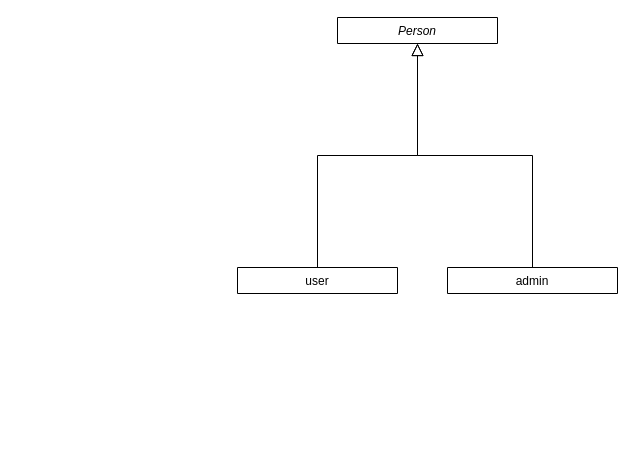
Earlier version of the draw.io diagram conception/Untitled Diagram.drawio (AZdevloper/PHP_quizizz). Source tidied: cells renumbered, new cells numbered last; positions are measured from the earlier drawing's top-left corner, leaving out a move shared by most shapes. Both pictures are drawn from the tidied source at 100%, with x=0, y=0 at pixel (237, 17).
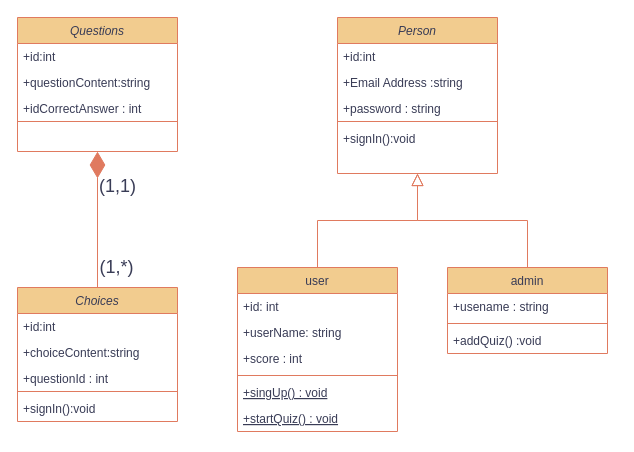
The same diagram, later.

Commit message:
added question & choices

Diff of the diagram source:
```diff
@@
-    <mxCell id="2" value="Person" style="swimlane;fontStyle=2;align=center;verticalAlign=top;horizontal=1;startSize=26;rounded=0;shadow=0;strokeWidth=1;" parent="1" vertex="1" collapsed="1">
-      <mxGeometry x="100" width="160" height="26" as="geometry" />
+    <mxCell id="2" value="Person" style="swimlane;fontStyle=2;align=center;verticalAlign=top;horizontal=1;startSize=26;rounded=0;shadow=0;strokeWidth=1;labelBackgroundColor=none;fillColor=#F2CC8F;strokeColor=#E07A5F;fontColor=#393C56;" parent="1" vertex="1">
+      <mxGeometry x="100" width="160" height="156" as="geometry" />
     </mxCell>
+    <mxCell id="7" value="+id:int" style="text;align=left;verticalAlign=top;spacingLeft=4;spacingRight=4;overflow=hidden;rounded=0;shadow=0;html=0;labelBackgroundColor=none;fontColor=#393C56;" parent="2" vertex="1">
+      <mxGeometry y="26" width="160" height="26" as="geometry" />
+    </mxCell>
+    <mxCell id="8" value="+Email Address :string" style="text;align=left;verticalAlign=top;spacingLeft=4;spacingRight=4;overflow=hidden;rounded=0;shadow=0;html=0;labelBackgroundColor=none;fontColor=#393C56;" parent="2" vertex="1">
+      <mxGeometry y="52" width="160" height="26" as="geometry" />
+    </mxCell>
+    <mxCell id="9" value="+password : string" style="text;align=left;verticalAlign=top;spacingLeft=4;spacingRight=4;overflow=hidden;rounded=0;shadow=0;html=0;labelBackgroundColor=none;fontColor=#393C56;" parent="2" vertex="1">
+      <mxGeometry y="78" width="160" height="22" as="geometry" />
+    </mxCell>
+    <mxCell id="10" style="line;html=1;strokeWidth=1;align=left;verticalAlign=middle;spacingTop=-1;spacingLeft=3;spacingRight=3;labelPosition=right;labelBackgroundColor=none;fillColor=#F2CC8F;strokeColor=#E07A5F;fontColor=#393C56;" parent="2" vertex="1">
+      <mxGeometry y="100" width="160" height="8" as="geometry" />
+    </mxCell>
+    <mxCell id="11" value="+signIn():void" style="text;align=left;verticalAlign=top;spacingLeft=4;spacingRight=4;overflow=hidden;labelBackgroundColor=none;fontColor=#393C56;" parent="2" vertex="1">
+      <mxGeometry y="108" width="160" height="26" as="geometry" />
+    </mxCell>
-    <mxCell id="3" value="user" style="swimlane;fontStyle=0;align=center;verticalAlign=top;horizontal=1;startSize=26;rounded=0;shadow=0;strokeWidth=1;" parent="1" vertex="1" collapsed="1">
-      <mxGeometry y="250" width="160" height="26" as="geometry" />
+    <mxCell id="3" value="user" style="swimlane;fontStyle=0;align=center;verticalAlign=top;horizontal=1;startSize=26;rounded=0;shadow=0;strokeWidth=1;labelBackgroundColor=none;fillColor=#F2CC8F;strokeColor=#E07A5F;fontColor=#393C56;" parent="1" vertex="1">
+      <mxGeometry y="250" width="160" height="164" as="geometry" />
     </mxCell>
+    <mxCell id="12" value="+id: int" style="text;align=left;verticalAlign=top;spacingLeft=4;spacingRight=4;overflow=hidden;labelBackgroundColor=none;fontColor=#393C56;" parent="3" vertex="1">
+      <mxGeometry y="26" width="160" height="26" as="geometry" />
+    </mxCell>
+    <mxCell id="13" value="+userName: string" style="text;align=left;verticalAlign=top;spacingLeft=4;spacingRight=4;overflow=hidden;labelBackgroundColor=none;fontColor=#393C56;" parent="3" vertex="1">
+      <mxGeometry y="52" width="160" height="26" as="geometry" />
+    </mxCell>
+    <mxCell id="14" value="+score : int" style="text;align=left;verticalAlign=top;spacingLeft=4;spacingRight=4;overflow=hidden;rounded=0;shadow=0;html=0;labelBackgroundColor=none;fontColor=#393C56;" parent="3" vertex="1">
+      <mxGeometry y="78" width="160" height="26" as="geometry" />
+    </mxCell>
+    <mxCell id="15" style="line;html=1;strokeWidth=1;align=left;verticalAlign=middle;spacingTop=-1;spacingLeft=3;spacingRight=3;labelPosition=right;labelBackgroundColor=none;fillColor=#F2CC8F;strokeColor=#E07A5F;fontColor=#393C56;" parent="3" vertex="1">
+      <mxGeometry y="104" width="160" height="8" as="geometry" />
+    </mxCell>
+    <mxCell id="16" value="+singUp() : void" style="text;align=left;verticalAlign=top;spacingLeft=4;spacingRight=4;overflow=hidden;fontStyle=4;labelBackgroundColor=none;fontColor=#393C56;" parent="3" vertex="1">
+      <mxGeometry y="112" width="160" height="26" as="geometry" />
+    </mxCell>
+    <mxCell id="17" value="+startQuiz() : void" style="text;align=left;verticalAlign=top;spacingLeft=4;spacingRight=4;overflow=hidden;fontStyle=4;labelBackgroundColor=none;fontColor=#393C56;" parent="3" vertex="1">
+      <mxGeometry y="138" width="160" height="26" as="geometry" />
+    </mxCell>
-    <mxCell id="4" style="endArrow=block;endSize=10;endFill=0;shadow=0;strokeWidth=1;rounded=0;edgeStyle=elbowEdgeStyle;elbow=vertical;" parent="1" edge="1" source="3" target="2">
+    <mxCell id="4" style="endArrow=block;endSize=10;endFill=0;shadow=0;strokeWidth=1;rounded=0;edgeStyle=elbowEdgeStyle;elbow=vertical;labelBackgroundColor=none;strokeColor=#E07A5F;fontColor=default;" parent="1" edge="1" source="3" target="2">
       <mxGeometry relative="1" as="geometry" />
     </mxCell>
-    <mxCell id="5" value="admin" style="swimlane;fontStyle=0;align=center;verticalAlign=top;horizontal=1;startSize=26;rounded=0;shadow=0;strokeWidth=1;" parent="1" vertex="1" collapsed="1">
-      <mxGeometry x="210" y="250" width="170" height="26" as="geometry" />
+    <mxCell id="5" value="admin" style="swimlane;fontStyle=0;align=center;verticalAlign=top;horizontal=1;startSize=26;rounded=0;shadow=0;strokeWidth=1;labelBackgroundColor=none;fillColor=#F2CC8F;strokeColor=#E07A5F;fontColor=#393C56;" parent="1" vertex="1">
+      <mxGeometry x="210" y="250" width="160" height="86" as="geometry" />
     </mxCell>
+    <mxCell id="18" value="+usename : string" style="text;align=left;verticalAlign=top;spacingLeft=4;spacingRight=4;overflow=hidden;labelBackgroundColor=none;fontColor=#393C56;" parent="5" vertex="1">
+      <mxGeometry y="26" width="160" height="26" as="geometry" />
+    </mxCell>
+    <mxCell id="19" style="line;html=1;strokeWidth=1;align=left;verticalAlign=middle;spacingTop=-1;spacingLeft=3;spacingRight=3;labelPosition=right;labelBackgroundColor=none;fillColor=#F2CC8F;strokeColor=#E07A5F;fontColor=#393C56;" parent="5" vertex="1">
+      <mxGeometry y="52" width="160" height="8" as="geometry" />
+    </mxCell>
+    <mxCell id="20" value="+addQuiz() :void" style="text;align=left;verticalAlign=top;spacingLeft=4;spacingRight=4;overflow=hidden;labelBackgroundColor=none;fontColor=#393C56;" parent="5" vertex="1">
+      <mxGeometry y="60" width="160" height="26" as="geometry" />
+    </mxCell>
-    <mxCell id="6" style="endArrow=block;endSize=10;endFill=0;shadow=0;strokeWidth=1;rounded=0;edgeStyle=elbowEdgeStyle;elbow=vertical;" parent="1" edge="1" source="5" target="2">
+    <mxCell id="6" style="endArrow=block;endSize=10;endFill=0;shadow=0;strokeWidth=1;rounded=0;edgeStyle=elbowEdgeStyle;elbow=vertical;labelBackgroundColor=none;strokeColor=#E07A5F;fontColor=default;" parent="1" edge="1" source="5" target="2">
       <mxGeometry relative="1" as="geometry" />
     </mxCell>
+    <mxCell id="21" value="Questions" style="swimlane;fontStyle=2;align=center;verticalAlign=top;horizontal=1;startSize=26;rounded=0;shadow=0;strokeWidth=1;labelBackgroundColor=none;fillColor=#F2CC8F;strokeColor=#E07A5F;fontColor=#393C56;" parent="1" vertex="1">
+      <mxGeometry x="-220" width="160" height="134" as="geometry" />
+    </mxCell>
+    <mxCell id="22" value="+id:int" style="text;align=left;verticalAlign=top;spacingLeft=4;spacingRight=4;overflow=hidden;rounded=0;shadow=0;html=0;labelBackgroundColor=none;fontColor=#393C56;" parent="21" vertex="1">
+      <mxGeometry y="26" width="160" height="26" as="geometry" />
+    </mxCell>
+    <mxCell id="23" value="+questionContent:string" style="text;align=left;verticalAlign=top;spacingLeft=4;spacingRight=4;overflow=hidden;rounded=0;shadow=0;html=0;labelBackgroundColor=none;fontColor=#393C56;" parent="21" vertex="1">
+      <mxGeometry y="52" width="160" height="26" as="geometry" />
+    </mxCell>
+    <mxCell id="24" value="+idCorrectAnswer : int" style="text;align=left;verticalAlign=top;spacingLeft=4;spacingRight=4;overflow=hidden;rounded=0;shadow=0;html=0;labelBackgroundColor=none;fontColor=#393C56;" parent="21" vertex="1">
+      <mxGeometry y="78" width="160" height="22" as="geometry" />
+    </mxCell>
+    <mxCell id="25" style="line;html=1;strokeWidth=1;align=left;verticalAlign=middle;spacingTop=-1;spacingLeft=3;spacingRight=3;labelPosition=right;labelBackgroundColor=none;fillColor=#F2CC8F;strokeColor=#E07A5F;fontColor=#393C56;" parent="21" vertex="1">
+      <mxGeometry y="100" width="160" height="8" as="geometry" />
+    </mxCell>
+    <mxCell id="26" value="Choices" style="swimlane;fontStyle=2;align=center;verticalAlign=top;horizontal=1;startSize=26;rounded=0;shadow=0;strokeWidth=1;labelBackgroundColor=none;fillColor=#F2CC8F;strokeColor=#E07A5F;fontColor=#393C56;" parent="1" vertex="1">
+      <mxGeometry x="-220" y="270" width="160" height="134" as="geometry" />
+    </mxCell>
+    <mxCell id="27" value="+id:int" style="text;align=left;verticalAlign=top;spacingLeft=4;spacingRight=4;overflow=hidden;rounded=0;shadow=0;html=0;labelBackgroundColor=none;fontColor=#393C56;" parent="26" vertex="1">
+      <mxGeometry y="26" width="160" height="26" as="geometry" />
+    </mxCell>
+    <mxCell id="28" value="+choiceContent:string" style="text;align=left;verticalAlign=top;spacingLeft=4;spacingRight=4;overflow=hidden;rounded=0;shadow=0;html=0;labelBackgroundColor=none;fontColor=#393C56;" parent="26" vertex="1">
+      <mxGeometry y="52" width="160" height="26" as="geometry" />
+    </mxCell>
+    <mxCell id="29" value="+questionId : int" style="text;align=left;verticalAlign=top;spacingLeft=4;spacingRight=4;overflow=hidden;rounded=0;shadow=0;html=0;labelBackgroundColor=none;fontColor=#393C56;" parent="26" vertex="1">
+      <mxGeometry y="78" width="160" height="22" as="geometry" />
+    </mxCell>
+    <mxCell id="30" style="line;html=1;strokeWidth=1;align=left;verticalAlign=middle;spacingTop=-1;spacingLeft=3;spacingRight=3;labelPosition=right;labelBackgroundColor=none;fillColor=#F2CC8F;strokeColor=#E07A5F;fontColor=#393C56;" parent="26" vertex="1">
+      <mxGeometry y="100" width="160" height="8" as="geometry" />
+    </mxCell>
+    <mxCell id="31" value="+signIn():void" style="text;align=left;verticalAlign=top;spacingLeft=4;spacingRight=4;overflow=hidden;labelBackgroundColor=none;fontColor=#393C56;" parent="26" vertex="1">
+      <mxGeometry y="108" width="160" height="26" as="geometry" />
+    </mxCell>
+    <mxCell id="32" style="endArrow=diamondThin;endFill=1;endSize=24;html=1;rounded=0;strokeColor=#E07A5F;fontColor=#393C56;fillColor=#F2CC8F;entryX=0.5;entryY=1;entryDx=0;entryDy=0;exitX=0.5;exitY=0;exitDx=0;exitDy=0;" parent="1" edge="1" source="26" target="21">
+      <mxGeometry relative="1" as="geometry" />
+    </mxCell>
+    <mxCell id="33" value="&lt;font style=&quot;font-size: 18px;&quot;&gt;(1,1)&lt;/font&gt;" style="text;html=1;align=center;verticalAlign=middle;strokeColor=none;fillColor=none;fontColor=#393C56;" parent="1" vertex="1">
+      <mxGeometry x="-150" y="149" width="60" height="40" as="geometry" />
+    </mxCell>
+    <mxCell id="34" value="&lt;font style=&quot;font-size: 18px;&quot;&gt;(1,*)&lt;/font&gt;" style="text;html=1;align=center;verticalAlign=middle;strokeColor=none;fillColor=none;fontColor=#393C56;" parent="1" vertex="1">
+      <mxGeometry x="-151" y="230" width="60" height="40" as="geometry" />
+    </mxCell>
```
